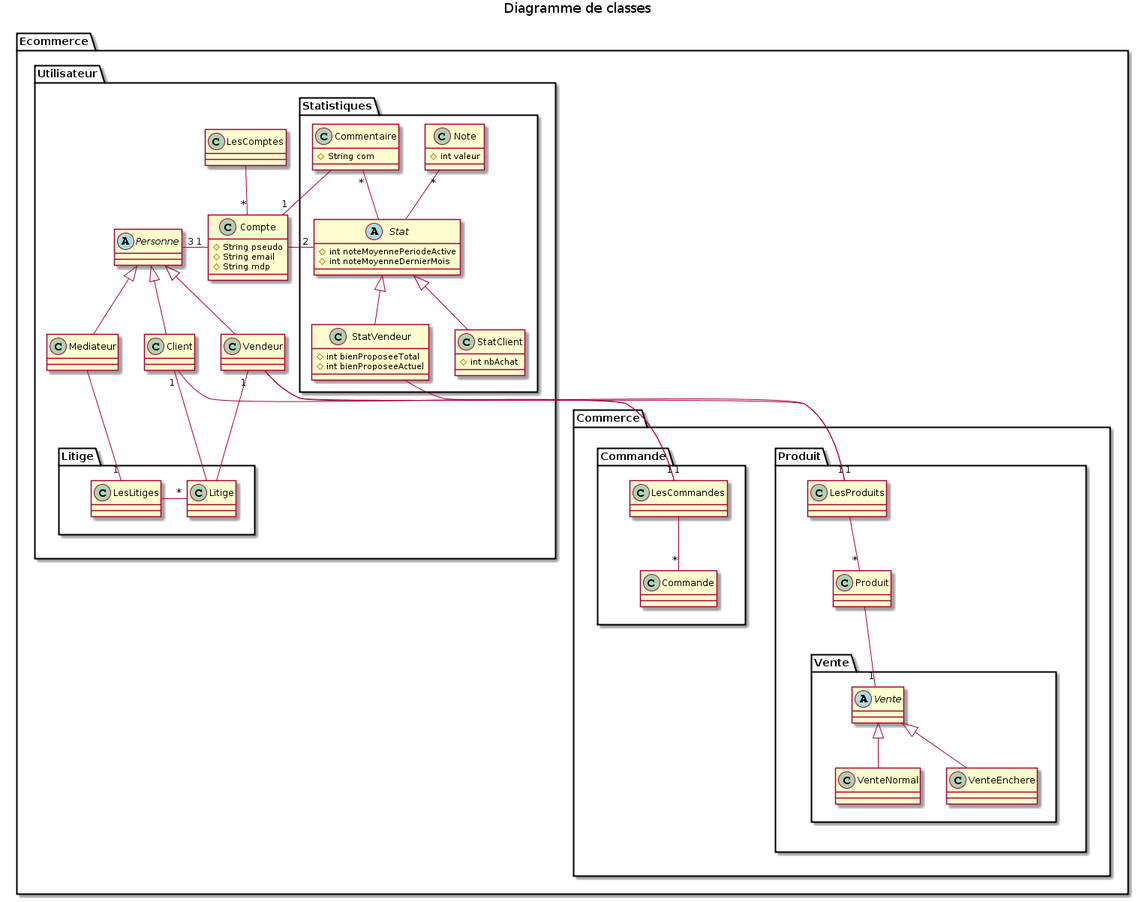
This is DiagClass/DiagClass.png from Moinketroa/Ebayz, a PlantUML export, as it was before one commit.
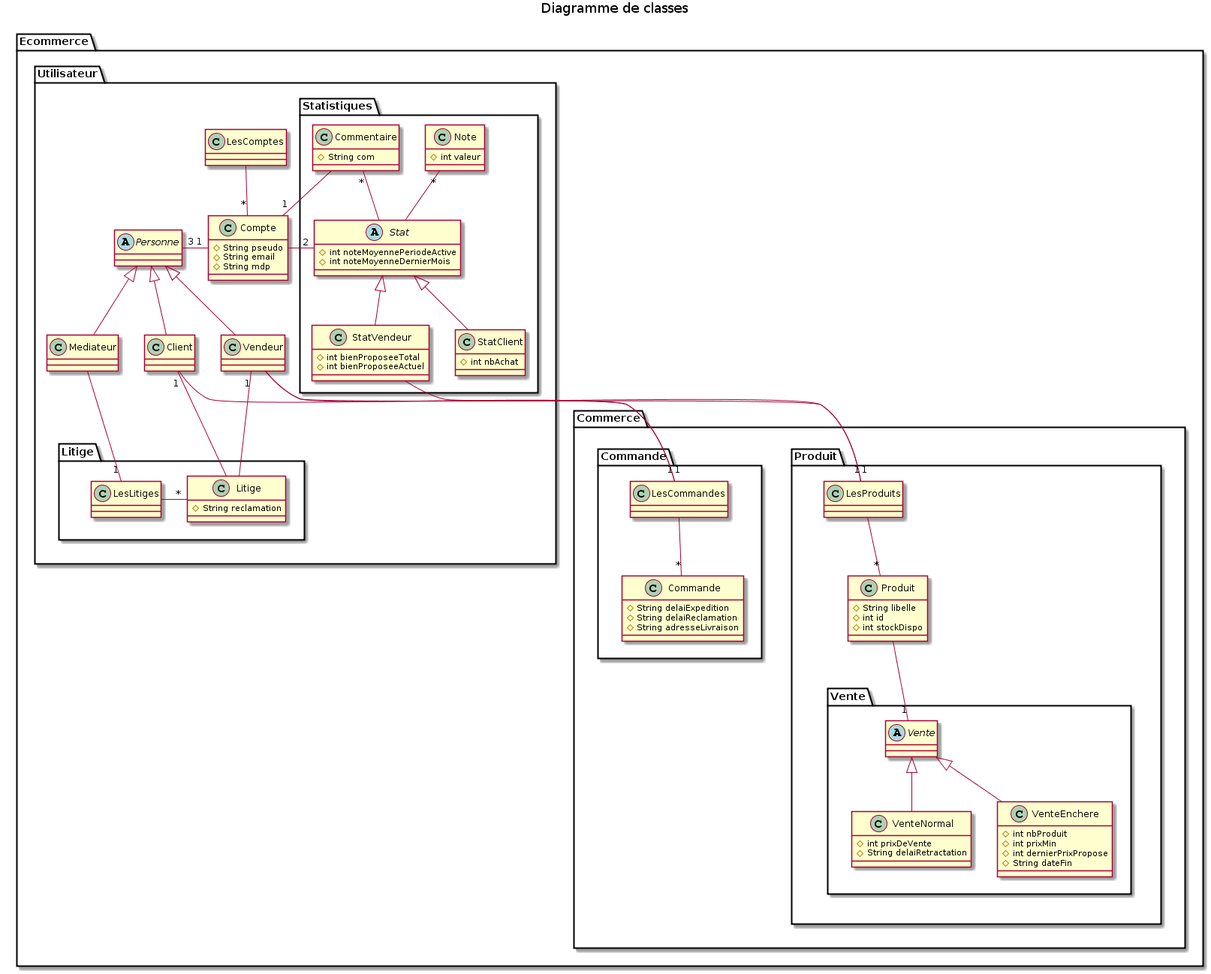
The same file after the commit.

Commit message:
ajout champ diag class

The edit, as a diff of the source:
```diff
@@ -53,7 +53,9 @@
 
         package Litige{
 
-            class Litige
+            class Litige{
+                #String reclamation
+            }
 
             class LesLitiges
 
@@ -78,16 +80,28 @@
     Package Commerce{
 
         package Produit{
-            class Produit
+            class Produit{
+                #String libelle
+                #int id
+                #int stockDispo
+            }
 
             class LesProduits
 
             package Vente {
                 abstract Vente
 
-                class VenteNormal
+                class VenteNormal{
+                    #int prixDeVente
+                    #String delaiRetractation
+                }
 
-                class VenteEnchere
+                class VenteEnchere{
+                    #int nbProduit
+                    #int prixMin
+                    #int dernierPrixPropose
+                    #String dateFin
+                }
 
                 Vente <|-- VenteNormal
                 Vente <|-- VenteEnchere
@@ -100,7 +114,11 @@
         package Commande{
             class LesCommandes
 
-            class Commande
+            class Commande{
+                #String delaiExpedition
+                #String delaiReclamation
+                #String adresseLivraison
+            }
 
             LesCommandes --"*" Commande
         }
```
